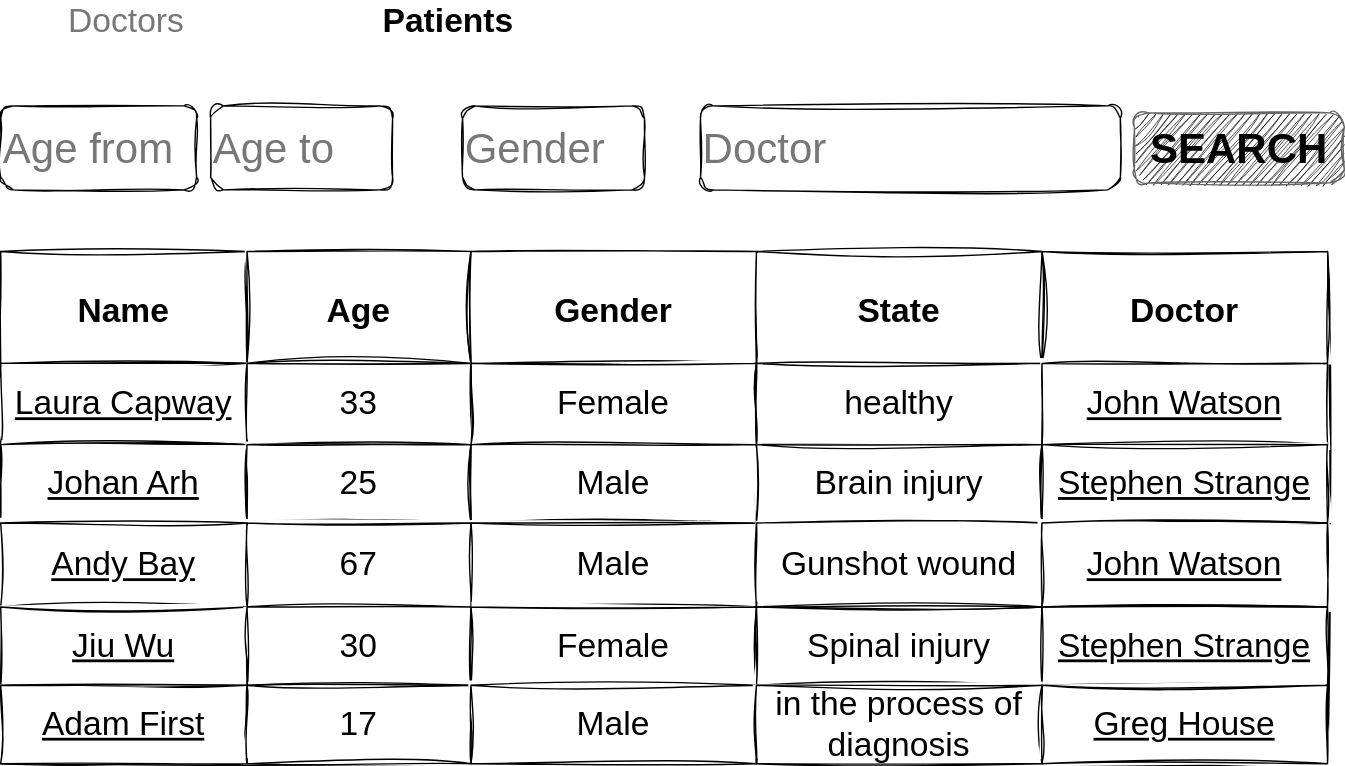
The draw.io diagram documentation/mockups/Patient-list.svg in DmytroY/EPAM_Flask, before a commit. Source tidied: cells renumbered, new cells last; positions are measured from the earlier drawing's top-left corner, leaving out a move shared by most shapes.
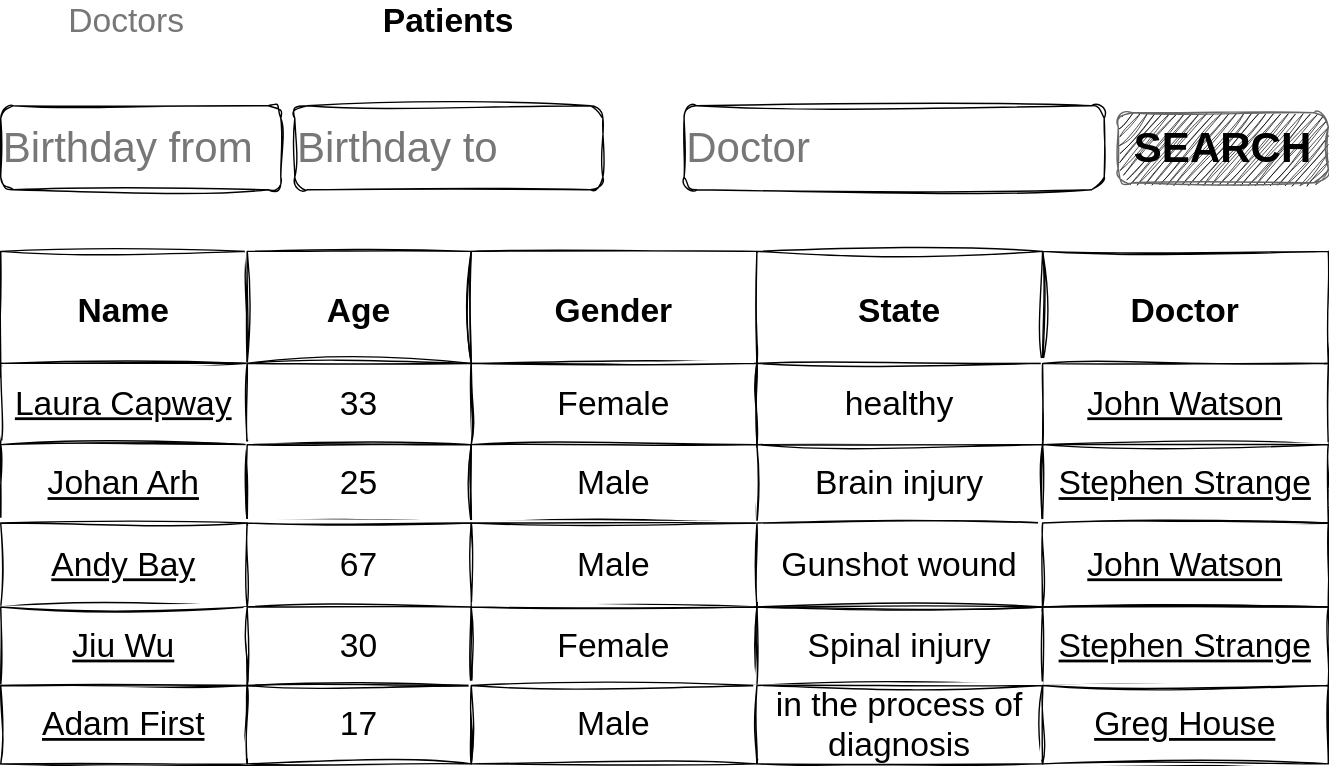
After the change.

Change to the diagram source:
```diff
@@ -120,19 +120,16 @@
       <mxGeometry x="744" width="204" height="56" as="geometry" />
     </mxCell>
     <mxCell id="41" value="SEARCH" style="strokeWidth=1;shadow=0;dashed=0;align=center;html=1;shape=mxgraph.mockup.buttons.button;strokeColor=#666666;fontColor=default;mainText=;buttonStyle=round;fontSize=30;fontStyle=1;fillColor=#000000;whiteSpace=wrap;rounded=0;labelBackgroundColor=none;labelBorderColor=none;sketch=1;hachureGap=4;jiggle=2;curveFitting=1;fontFamily=Helvetica;fillStyle=hachure;" parent="1" vertex="1">
-      <mxGeometry x="810" y="80" width="150" height="50" as="geometry" />
+      <mxGeometry x="798" y="80" width="150" height="50" as="geometry" />
     </mxCell>
-    <mxCell id="42" value="&lt;font color=&quot;#777777&quot;&gt;Age from&lt;/font&gt;" style="rounded=1;whiteSpace=wrap;html=1;shadow=0;labelBackgroundColor=none;labelBorderColor=none;sketch=1;hachureGap=4;jiggle=2;fillStyle=hachure;curveFitting=1;fontFamily=Helvetica;fontSize=30;fontColor=default;fillColor=none;align=left;" parent="1" vertex="1">
-      <mxGeometry y="75" width="140" height="60" as="geometry" />
-    </mxCell>
-    <mxCell id="43" value="&lt;font color=&quot;#777777&quot;&gt;Gender&lt;/font&gt;" style="rounded=1;whiteSpace=wrap;html=1;shadow=0;labelBackgroundColor=none;labelBorderColor=none;sketch=1;hachureGap=4;jiggle=2;fillStyle=hachure;curveFitting=1;fontFamily=Helvetica;fontSize=30;fontColor=default;fillColor=none;align=left;" parent="1" vertex="1">
-      <mxGeometry x="330" y="75" width="130" height="60" as="geometry" />
-    </mxCell>
     <mxCell id="44" value="&lt;font color=&quot;#777777&quot;&gt;Doctor&lt;/font&gt;" style="rounded=1;whiteSpace=wrap;html=1;shadow=0;labelBackgroundColor=none;labelBorderColor=none;sketch=1;hachureGap=4;jiggle=2;fillStyle=hachure;curveFitting=1;fontFamily=Helvetica;fontSize=30;fontColor=default;fillColor=none;align=left;" parent="1" vertex="1">
-      <mxGeometry x="500" y="75" width="300" height="60" as="geometry" />
+      <mxGeometry x="488" y="75" width="300" height="60" as="geometry" />
     </mxCell>
-    <mxCell id="45" value="&lt;font color=&quot;#777777&quot;&gt;Age to&lt;/font&gt;" style="rounded=1;whiteSpace=wrap;html=1;shadow=0;labelBackgroundColor=none;labelBorderColor=none;sketch=1;hachureGap=4;jiggle=2;fillStyle=hachure;curveFitting=1;fontFamily=Helvetica;fontSize=30;fontColor=default;fillColor=none;align=left;" parent="1" vertex="1">
-      <mxGeometry x="150" y="75" width="130" height="60" as="geometry" />
-    </mxCell>
+    <mxCell id="46" value="&lt;font color=&quot;#777777&quot;&gt;Birthday from&lt;/font&gt;" style="rounded=1;whiteSpace=wrap;html=1;shadow=0;labelBackgroundColor=none;labelBorderColor=none;sketch=1;hachureGap=4;jiggle=2;fillStyle=hachure;curveFitting=1;fontFamily=Helvetica;fontSize=30;fontColor=default;fillColor=none;align=left;" parent="1" vertex="1">
+      <mxGeometry y="75" width="200" height="60" as="geometry" />
+    </mxCell>
+    <mxCell id="47" value="&lt;font color=&quot;#777777&quot;&gt;Birthday to&lt;/font&gt;" style="rounded=1;whiteSpace=wrap;html=1;shadow=0;labelBackgroundColor=none;labelBorderColor=none;sketch=1;hachureGap=4;jiggle=2;fillStyle=hachure;curveFitting=1;fontFamily=Helvetica;fontSize=30;fontColor=default;fillColor=none;align=left;" parent="1" vertex="1">
+      <mxGeometry x="210" y="75" width="220" height="60" as="geometry" />
+    </mxCell>
   </root>
 </mxGraphModel>
```
